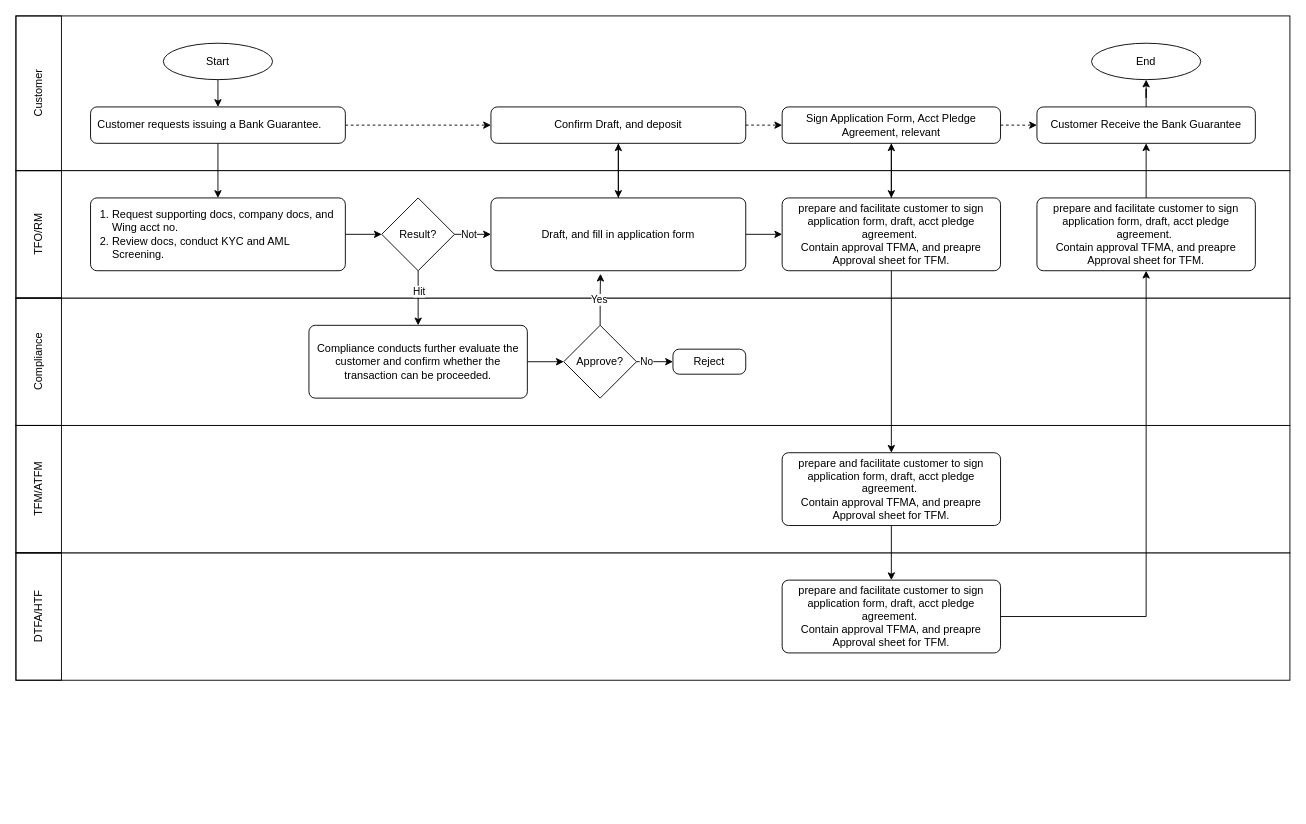
kirikroem/teched keeps this draw.io diagram as Untitled Diagram.drawio. Above is the earlier version. Source tidied: cells renumbered, new cells numbered last; positions are measured from the earlier drawing's top-left corner, leaving out a move shared by most shapes. Both pictures are drawn from the tidied source at 91%, with x=0, y=0 at pixel (15, 15).
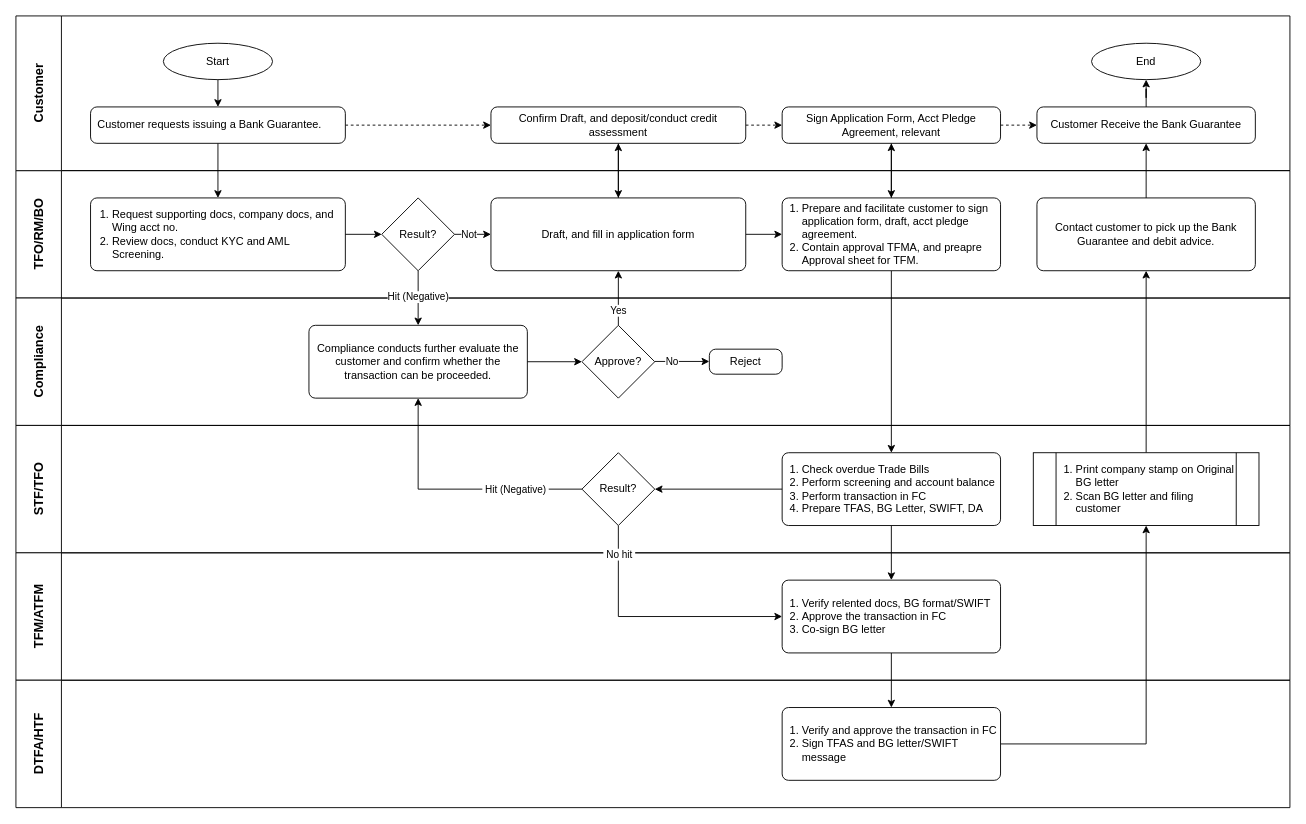
The same diagram, later.

Unchanged cells that the change refers to:
```xml
<mxCell id="17" value="Result?" style="strokeWidth=1;html=1;shape=mxgraph.flowchart.decision;whiteSpace=wrap;" parent="1" vertex="1">
  <mxGeometry x="402" y="200" width="80" height="80" as="geometry" />
</mxCell>
<mxCell id="21" value="Draft, and fill in application form" style="rounded=1;whiteSpace=wrap;html=1;absoluteArcSize=1;arcSize=14;strokeWidth=1;" parent="1" vertex="1">
  <mxGeometry x="522" y="200" width="280" height="80" as="geometry" />
</mxCell>
<mxCell id="22" value="Compliance conducts further evaluate the customer and confirm whether the transaction can be proceeded." style="rounded=1;whiteSpace=wrap;html=1;absoluteArcSize=1;arcSize=14;strokeWidth=1;" parent="1" vertex="1">
  <mxGeometry x="322" y="340" width="240" height="80" as="geometry" />
</mxCell>
```

Diff of the diagram source:
```diff
@@
-    <mxCell id="2" style="rounded=0;whiteSpace=wrap;html=1;fillColor=default;" parent="1" vertex="1">
-      <mxGeometry y="590" width="1400" height="140" as="geometry" />
-    </mxCell>
-    <mxCell id="3" style="rounded=0;whiteSpace=wrap;html=1;fillColor=default;" parent="1" vertex="1">
-      <mxGeometry y="450" width="1400" height="140" as="geometry" />
-    </mxCell>
-    <mxCell id="4" style="rounded=0;whiteSpace=wrap;html=1;fillColor=default;" parent="1" vertex="1">
-      <mxGeometry y="310" width="1400" height="140" as="geometry" />
-    </mxCell>
-    <mxCell id="5" style="rounded=0;whiteSpace=wrap;html=1;fillColor=default;" parent="1" vertex="1">
-      <mxGeometry y="170" width="1400" height="140" as="geometry" />
-    </mxCell>
-    <mxCell id="6" style="rounded=0;whiteSpace=wrap;html=1;fillColor=default;" parent="1" vertex="1">
-      <mxGeometry width="1400" height="170" as="geometry" />
-    </mxCell>
+    <mxCell id="53" value="&lt;span style=&quot;font-size: 14px;&quot;&gt;TFO/RM/BO&lt;/span&gt;" style="swimlane;horizontal=0;whiteSpace=wrap;html=1;startSize=50;" parent="1" vertex="1">
+      <mxGeometry y="170" width="1400" height="140" as="geometry" />
+    </mxCell>
+    <mxCell id="49" value="&lt;span style=&quot;font-size: 14px;&quot;&gt;Compliance&lt;/span&gt;" style="swimlane;horizontal=0;whiteSpace=wrap;html=1;startSize=50;" parent="1" vertex="1">
+      <mxGeometry y="310" width="1400" height="140" as="geometry" />
+    </mxCell>
+    <mxCell id="54" value="&lt;span style=&quot;font-size: 14px;&quot;&gt;STF/TFO&lt;/span&gt;" style="swimlane;horizontal=0;whiteSpace=wrap;html=1;startSize=50;" parent="1" vertex="1">
+      <mxGeometry y="450" width="1400" height="140" as="geometry" />
+    </mxCell>
+    <mxCell id="48" value="&lt;span style=&quot;font-size: 14px;&quot;&gt;TFM/ATFM&lt;/span&gt;" style="swimlane;horizontal=0;whiteSpace=wrap;html=1;startSize=50;" parent="1" vertex="1">
+      <mxGeometry y="590" width="1400" height="140" as="geometry" />
+    </mxCell>
@@
-    <mxCell id="13" style="edgeStyle=orthogonalEdgeStyle;rounded=0;jettySize=auto;html=1;entryX=0.5;entryY=0;entryDx=0;entryDy=0;" parent="1" edge="1" source="17" target="22">
-      <mxGeometry relative="1" as="geometry" />
-    </mxCell>
-    <mxCell id="14" value="Hit" style="edgeLabel;html=1;align=center;verticalAlign=middle;" parent="13" vertex="1">
-      <mxGeometry x="-0.28" relative="1" as="geometry" />
-    </mxCell>
@@
+    <mxCell id="13" style="edgeStyle=orthogonalEdgeStyle;rounded=0;jettySize=auto;html=1;entryX=0.5;entryY=0;entryDx=0;entryDy=0;" parent="1" edge="1" source="17" target="22">
+      <mxGeometry relative="1" as="geometry" />
+    </mxCell>
+    <mxCell id="55" value="Hit (Negative)" style="edgeLabel;html=1;align=center;verticalAlign=middle;" parent="13" vertex="1">
+      <mxGeometry x="-0.06" y="-1" relative="1" as="geometry" />
+    </mxCell>
@@
     <mxCell id="18" value="Reject" style="rounded=1;whiteSpace=wrap;html=1;absoluteArcSize=1;arcSize=14;strokeWidth=1;" parent="1" vertex="1">
-      <mxGeometry x="722" y="366.2" width="80" height="27.5" as="geometry" />
+      <mxGeometry x="762" y="366.2" width="80" height="27.5" as="geometry" />
     </mxCell>
@@
-    <mxCell id="23" style="edgeStyle=orthogonalEdgeStyle;rounded=0;jettySize=auto;html=1;entryX=0;entryY=0.5;entryDx=0;entryDy=0;" parent="1" edge="1" source="25" target="18">
-      <mxGeometry relative="1" as="geometry" />
+    <mxCell id="23" style="edgeStyle=orthogonalEdgeStyle;rounded=0;orthogonalLoop=1;jettySize=auto;html=1;entryX=0;entryY=0.5;entryDx=0;entryDy=0;" parent="1" edge="1">
+      <mxGeometry relative="1" as="geometry">
+        <mxPoint x="702" y="379.7" as="sourcePoint" />
+        <mxPoint x="762" y="379.7" as="targetPoint" />
+      </mxGeometry>
     </mxCell>
     <mxCell id="24" value="No" style="edgeLabel;html=1;align=center;verticalAlign=middle;" parent="23" vertex="1">
-      <mxGeometry x="-0.48" relative="1" as="geometry" />
+      <mxGeometry x="-0.48" relative="1" as="geometry">
+        <mxPoint x="2" as="offset" />
+      </mxGeometry>
     </mxCell>
-    <mxCell id="25" value="Approve?" style="strokeWidth=1;html=1;shape=mxgraph.flowchart.decision;whiteSpace=wrap;" parent="1" vertex="1">
-      <mxGeometry x="602" y="340" width="80" height="80" as="geometry" />
-    </mxCell>
-    <mxCell id="26" style="edgeStyle=orthogonalEdgeStyle;rounded=0;jettySize=auto;html=1;entryX=0.43;entryY=1.042;entryDx=0;entryDy=0;entryPerimeter=0;" parent="1" edge="1" source="25" target="21">
+    <mxCell id="26" style="edgeStyle=orthogonalEdgeStyle;rounded=0;jettySize=auto;html=1;" parent="1" edge="1" source="25" target="21">
       <mxGeometry relative="1" as="geometry" />
     </mxCell>
     <mxCell id="27" value="Yes" style="edgeLabel;html=1;align=center;verticalAlign=middle;" parent="26" vertex="1">
-      <mxGeometry x="-0.11" y="2" relative="1" as="geometry">
-        <mxPoint y="-4" as="offset" />
-      </mxGeometry>
+      <mxGeometry x="-0.45" y="1" relative="1" as="geometry" />
     </mxCell>
+    <mxCell id="25" value="Approve?" style="strokeWidth=1;html=1;shape=mxgraph.flowchart.decision;whiteSpace=wrap;" parent="1" vertex="1">
+      <mxGeometry x="622" y="340" width="80" height="80" as="geometry" />
+    </mxCell>
@@
-    <mxCell id="31" style="edgeStyle=orthogonalEdgeStyle;rounded=0;jettySize=auto;html=1;entryX=0.5;entryY=0;entryDx=0;entryDy=0;" parent="1" edge="1" source="32" target="40">
-      <mxGeometry relative="1" as="geometry" />
-    </mxCell>
+    <mxCell id="56" style="edgeStyle=orthogonalEdgeStyle;rounded=0;jettySize=auto;html=1;entryX=0.5;entryY=0;entryDx=0;entryDy=0;" parent="1" edge="1" source="32" target="59">
+      <mxGeometry relative="1" as="geometry" />
+    </mxCell>
-    <mxCell id="32" value="prepare and facilitate customer to sign application form, draft, acct pledge agreement.&amp;nbsp;&lt;div&gt;Contain approval TFMA, and preapre Approval sheet for TFM.&lt;/div&gt;" style="rounded=1;whiteSpace=wrap;html=1;absoluteArcSize=1;arcSize=14;strokeWidth=1;align=center;" parent="1" vertex="1">
+    <mxCell id="32" value="&lt;ol style=&quot;padding-left: 20px;&quot;&gt;&lt;li&gt;Prepare and facilitate customer to sign application form, draft, acct pledge agreement.&amp;nbsp;&lt;/li&gt;&lt;li&gt;Contain approval TFMA, and preapre Approval sheet for TFM.&lt;/li&gt;&lt;/ol&gt;" style="rounded=1;whiteSpace=wrap;html=1;absoluteArcSize=1;arcSize=14;strokeWidth=1;align=left;" parent="1" vertex="1">
       <mxGeometry x="842" y="200" width="240" height="80" as="geometry" />
     </mxCell>
@@
-    <mxCell id="35" value="Confirm Draft, and deposit" style="rounded=1;whiteSpace=wrap;html=1;absoluteArcSize=1;arcSize=14;strokeWidth=1;" parent="1" vertex="1">
+    <mxCell id="35" value="Confirm Draft, and deposit/conduct credit assessment" style="rounded=1;whiteSpace=wrap;html=1;absoluteArcSize=1;arcSize=14;strokeWidth=1;" parent="1" vertex="1">
       <mxGeometry x="522" y="100" width="280" height="40" as="geometry" />
     </mxCell>
@@
-    <mxCell id="40" value="prepare and facilitate customer to sign application form, draft, acct pledge agreement.&amp;nbsp;&lt;div&gt;Contain approval TFMA, and preapre Approval sheet for TFM.&lt;/div&gt;" style="rounded=1;whiteSpace=wrap;html=1;absoluteArcSize=1;arcSize=14;strokeWidth=1;align=center;" parent="1" vertex="1">
-      <mxGeometry x="842" y="480" width="240" height="80" as="geometry" />
+    <mxCell id="40" value="&lt;ol style=&quot;padding-left: 20px;&quot;&gt;&lt;li&gt;Verify relented docs, BG format/SWIFT&lt;/li&gt;&lt;li&gt;Approve the transaction in FC&lt;/li&gt;&lt;li&gt;Co-sign BG letter&lt;/li&gt;&lt;/ol&gt;" style="rounded=1;whiteSpace=wrap;html=1;absoluteArcSize=1;arcSize=14;strokeWidth=1;align=left;" parent="1" vertex="1">
+      <mxGeometry x="842" y="620" width="240" height="80" as="geometry" />
     </mxCell>
-    <mxCell id="41" style="edgeStyle=orthogonalEdgeStyle;rounded=0;jettySize=auto;html=1;entryX=0.5;entryY=1;entryDx=0;entryDy=0;" parent="1" edge="1" source="42" target="44">
-      <mxGeometry relative="1" as="geometry" />
-    </mxCell>
+    <mxCell id="57" style="edgeStyle=orthogonalEdgeStyle;rounded=0;jettySize=auto;html=1;entryX=0.5;entryY=1;entryDx=0;entryDy=0;" parent="1" edge="1" source="42" target="67">
+      <mxGeometry relative="1" as="geometry" />
+    </mxCell>
-    <mxCell id="42" value="prepare and facilitate customer to sign application form, draft, acct pledge agreement.&amp;nbsp;&lt;div&gt;Contain approval TFMA, and preapre Approval sheet for TFM.&lt;/div&gt;" style="rounded=1;whiteSpace=wrap;html=1;absoluteArcSize=1;arcSize=14;strokeWidth=1;align=center;" parent="1" vertex="1">
-      <mxGeometry x="842" y="620" width="240" height="80" as="geometry" />
+    <mxCell id="42" value="&lt;ol style=&quot;padding-left: 20px;&quot;&gt;&lt;li&gt;Verify and approve the transaction in FC&lt;/li&gt;&lt;li&gt;Sign TFAS and BG letter/SWIFT message&lt;/li&gt;&lt;/ol&gt;" style="rounded=1;whiteSpace=wrap;html=1;absoluteArcSize=1;arcSize=14;strokeWidth=1;align=left;" parent="1" vertex="1">
+      <mxGeometry x="842" y="760" width="240" height="80" as="geometry" />
     </mxCell>
@@
-    <mxCell id="44" value="prepare and facilitate customer to sign application form, draft, acct pledge agreement.&amp;nbsp;&lt;div&gt;Contain approval TFMA, and preapre Approval sheet for TFM.&lt;/div&gt;" style="rounded=1;whiteSpace=wrap;html=1;absoluteArcSize=1;arcSize=14;strokeWidth=1;align=center;" parent="1" vertex="1">
+    <mxCell id="44" value="Contact customer to pick up the Bank Guarantee and debit advice." style="rounded=1;whiteSpace=wrap;html=1;absoluteArcSize=1;arcSize=14;strokeWidth=1;align=center;" parent="1" vertex="1">
       <mxGeometry x="1122" y="200" width="240" height="80" as="geometry" />
     </mxCell>
@@
+    <mxCell id="52" value="End" style="strokeWidth=1;html=1;shape=mxgraph.flowchart.start_2;whiteSpace=wrap;" parent="1" vertex="1">
+      <mxGeometry x="1182" y="30" width="120" height="40" as="geometry" />
+    </mxCell>
+    <mxCell id="58" style="edgeStyle=orthogonalEdgeStyle;rounded=0;jettySize=auto;html=1;entryX=0.5;entryY=0;entryDx=0;entryDy=0;" parent="1" edge="1" source="59" target="40">
+      <mxGeometry relative="1" as="geometry" />
+    </mxCell>
+    <mxCell id="59" value="&lt;ol style=&quot;padding-left: 20px;&quot;&gt;&lt;li&gt;Check overdue Trade Bills&lt;/li&gt;&lt;li&gt;Perform screening and account balance&lt;/li&gt;&lt;li&gt;Perform transaction in FC&lt;/li&gt;&lt;li&gt;Prepare TFAS, BG Letter, SWIFT, DA&lt;/li&gt;&lt;/ol&gt;" style="rounded=1;whiteSpace=wrap;html=1;absoluteArcSize=1;arcSize=14;strokeWidth=1;align=left;" parent="1" vertex="1">
+      <mxGeometry x="842" y="480" width="240" height="80" as="geometry" />
+    </mxCell>
+    <mxCell id="60" style="edgeStyle=orthogonalEdgeStyle;rounded=0;jettySize=auto;html=1;entryX=0.5;entryY=1;entryDx=0;entryDy=0;" parent="1" edge="1" source="64" target="22">
+      <mxGeometry relative="1" as="geometry" />
+    </mxCell>
+    <mxCell id="61" value="&amp;nbsp;Hit (Negative)&amp;nbsp;" style="edgeLabel;html=1;align=center;verticalAlign=middle;" parent="60" vertex="1">
+      <mxGeometry x="-0.47" y="-3" relative="1" as="geometry">
+        <mxPoint y="3" as="offset" />
+      </mxGeometry>
+    </mxCell>
+    <mxCell id="62" style="edgeStyle=orthogonalEdgeStyle;rounded=0;jettySize=auto;html=1;entryX=0;entryY=0.5;entryDx=0;entryDy=0;" parent="1" edge="1" source="64" target="40">
+      <mxGeometry relative="1" as="geometry">
+        <Array as="points">
+          <mxPoint x="662" y="660" />
+        </Array>
+      </mxGeometry>
+    </mxCell>
+    <mxCell id="63" value="&amp;nbsp;No hit&amp;nbsp;" style="edgeLabel;html=1;align=center;verticalAlign=middle;" parent="62" vertex="1">
+      <mxGeometry x="-0.78" y="-2" relative="1" as="geometry">
+        <mxPoint x="2" as="offset" />
+      </mxGeometry>
+    </mxCell>
+    <mxCell id="64" value="Result?" style="strokeWidth=1;html=1;shape=mxgraph.flowchart.decision;whiteSpace=wrap;" parent="1" vertex="1">
+      <mxGeometry x="622" y="480" width="80" height="80" as="geometry" />
+    </mxCell>
+    <mxCell id="65" style="edgeStyle=orthogonalEdgeStyle;rounded=0;jettySize=auto;html=1;entryX=1;entryY=0.5;entryDx=0;entryDy=0;entryPerimeter=0;" parent="1" edge="1" source="59" target="64">
+      <mxGeometry relative="1" as="geometry" />
+    </mxCell>
+    <mxCell id="66" style="edgeStyle=orthogonalEdgeStyle;rounded=0;jettySize=auto;html=1;entryX=0.5;entryY=1;entryDx=0;entryDy=0;" parent="1" edge="1" source="67" target="44">
+      <mxGeometry relative="1" as="geometry" />
+    </mxCell>
+    <mxCell id="67" value="&lt;ol style=&quot;padding-left: 20px;&quot;&gt;&lt;li&gt;Print company stamp on Original BG letter&lt;/li&gt;&lt;li&gt;Scan BG letter and filing customer&lt;/li&gt;&lt;/ol&gt;" style="shape=process;whiteSpace=wrap;html=1;backgroundOutline=1;align=left;" parent="1" vertex="1">
+      <mxGeometry x="1118" y="480" width="248" height="80" as="geometry" />
+    </mxCell>
-    <mxCell id="47" value="DTFA/HTF" style="rounded=0;whiteSpace=wrap;html=1;fillColor=none;horizontal=0;" parent="1" vertex="1">
-      <mxGeometry y="590" width="50" height="140" as="geometry" />
+    <mxCell id="47" value="&lt;span style=&quot;font-size: 14px;&quot;&gt;DTFA/HTF&lt;/span&gt;" style="swimlane;horizontal=0;whiteSpace=wrap;html=1;startSize=50;" parent="1" vertex="1">
+      <mxGeometry y="730" width="1400" height="140" as="geometry" />
     </mxCell>
-    <mxCell id="48" value="TFM/ATFM" style="rounded=0;whiteSpace=wrap;html=1;fillColor=none;horizontal=0;" parent="1" vertex="1">
-      <mxGeometry y="450" width="50" height="140" as="geometry" />
-    </mxCell>
-    <mxCell id="49" value="Compliance" style="rounded=0;whiteSpace=wrap;html=1;fillColor=none;horizontal=0;" parent="1" vertex="1">
-      <mxGeometry y="310" width="50" height="140" as="geometry" />
-    </mxCell>
-    <mxCell id="50" value="TFO/RM" style="rounded=0;whiteSpace=wrap;html=1;fillColor=none;horizontal=0;" parent="1" vertex="1">
-      <mxGeometry y="170" width="50" height="140" as="geometry" />
-    </mxCell>
-    <mxCell id="51" value="Customer" style="rounded=0;whiteSpace=wrap;html=1;fillColor=none;horizontal=0;" parent="1" vertex="1">
-      <mxGeometry width="50" height="170" as="geometry" />
+    <mxCell id="51" value="&lt;span style=&quot;font-size: 14px;&quot;&gt;Customer&lt;/span&gt;" style="swimlane;horizontal=0;whiteSpace=wrap;html=1;startSize=50;" parent="1" vertex="1">
+      <mxGeometry width="1400" height="170" as="geometry" />
     </mxCell>
-    <mxCell id="52" value="End" style="strokeWidth=1;html=1;shape=mxgraph.flowchart.start_2;whiteSpace=wrap;" parent="1" vertex="1">
-      <mxGeometry x="1182" y="30" width="120" height="40" as="geometry" />
-    </mxCell>
```
